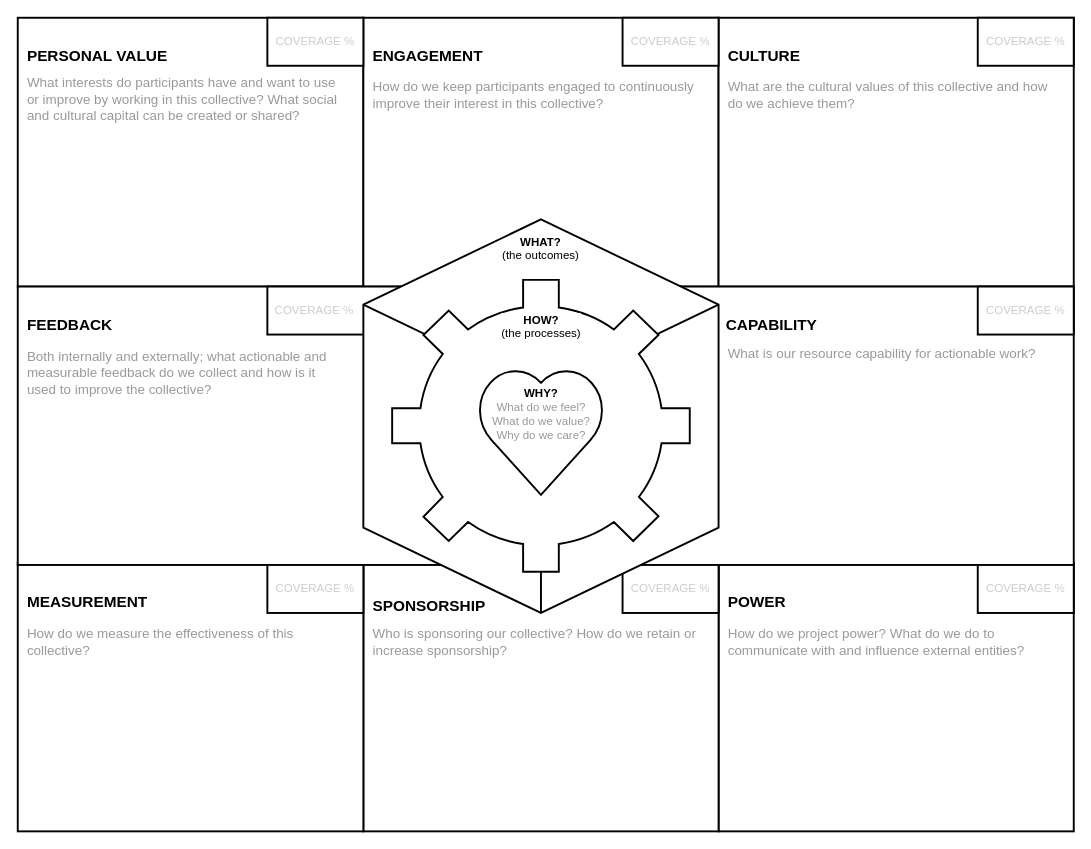
This is collective-action-canvas.drawio from rquast/collective-action-canvas, a draw.io file, before an edit. Source tidied: cells renumbered, new cells numbered last; positions are measured from the earlier drawing's top-left corner, leaving out a move shared by most shapes. Both pictures are drawn from the tidied source at 96%, with x=0, y=0 at pixel (17, 17).
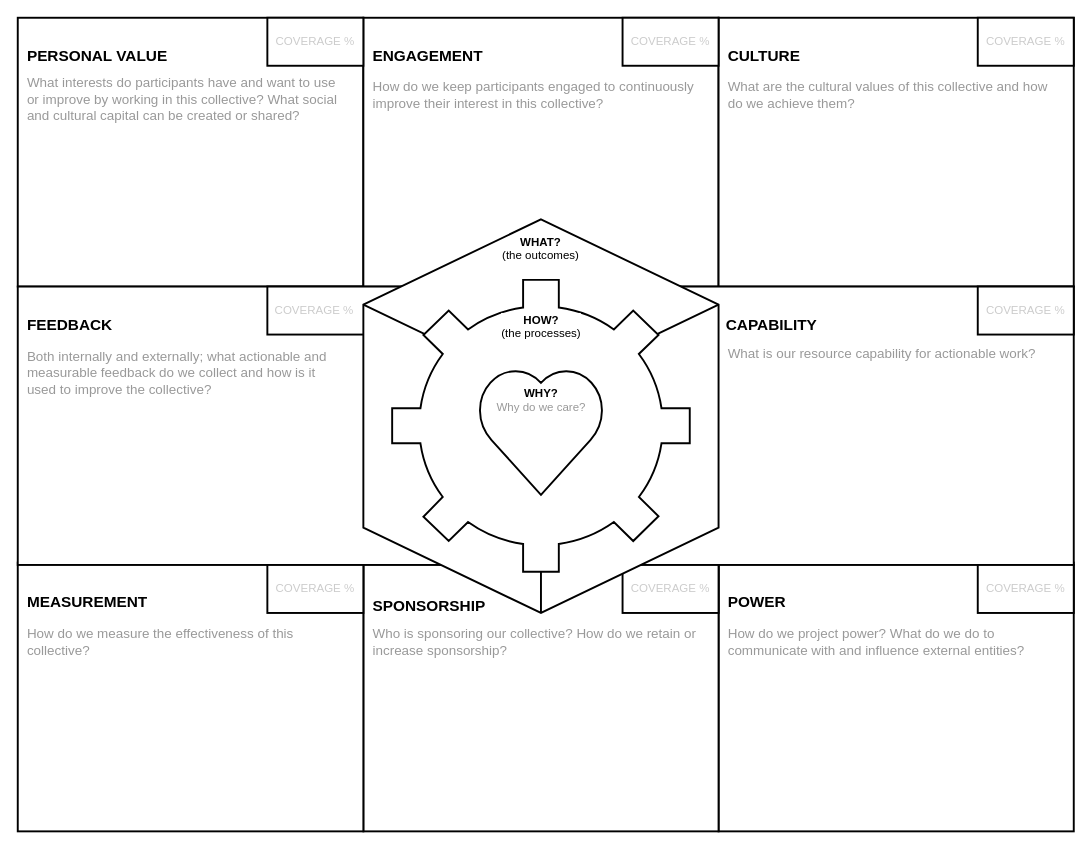
The same page after the edit.

The edit, as a diff of the source:
```diff
@@
-    <mxCell id="20" value="&lt;b&gt;WHY?&lt;/b&gt;&lt;br&gt;&lt;font color=&quot;#999999&quot;&gt;What do we feel?&lt;br&gt;What do we value?&lt;br&gt;Why do we care?&lt;br&gt;&lt;/font&gt;" style="verticalLabelPosition=middle;verticalAlign=top;html=1;shape=mxgraph.basic.heart;fontSize=12;align=center;labelPosition=center;spacingTop=14;fillColor=#ffffff;strokeWidth=2;" parent="1" vertex="1">
+    <mxCell id="20" value="&lt;b&gt;WHY?&lt;/b&gt;&lt;br&gt;&lt;font color=&quot;#999999&quot;&gt;Why do we care?&lt;br&gt;&lt;/font&gt;" style="verticalLabelPosition=middle;verticalAlign=top;html=1;shape=mxgraph.basic.heart;fontSize=12;align=center;labelPosition=center;spacingTop=14;fillColor=#ffffff;strokeWidth=2;" parent="1" vertex="1">
       <mxGeometry x="477.5" y="364.1" width="135" height="132.9" as="geometry" />
     </mxCell>
```
